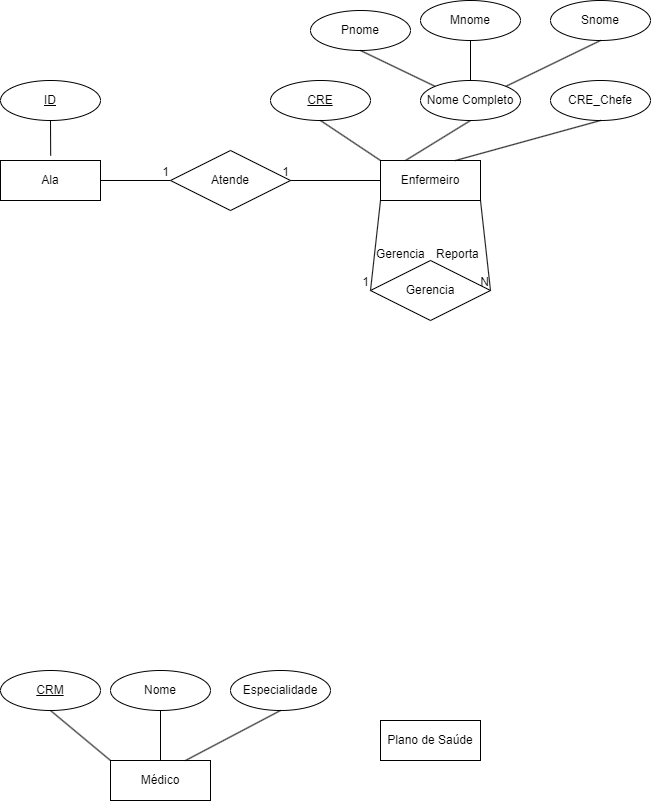
Earlier version of the draw.io export Exerc1.drawio.png (VitorFonseca123/ExerciciosACH2004_BD). Source tidied: cells renumbered, new cells last; positions are measured from the earlier drawing's top-left corner, leaving out a move shared by most shapes.
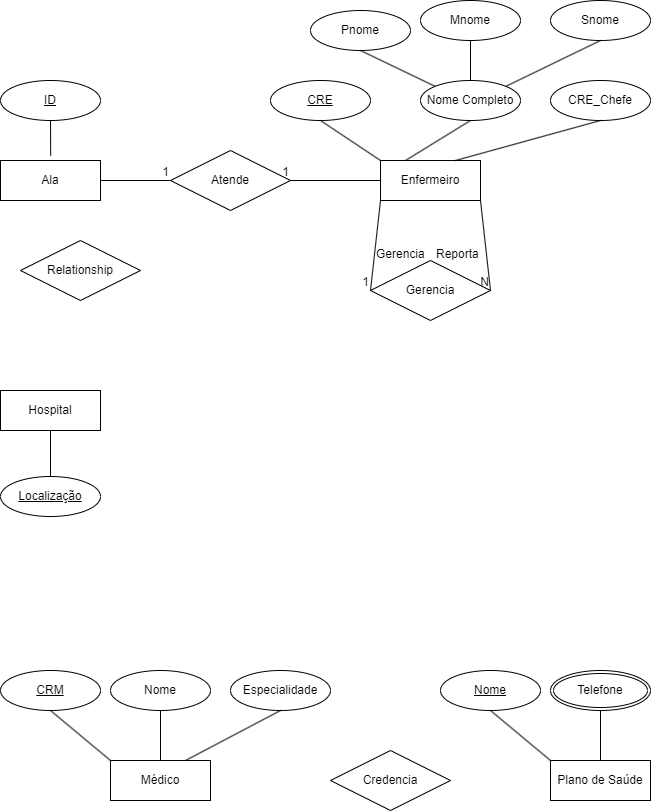
Above is the later version.

Commit message:
adiciona hospital e plano de saúde

The edit, as a diff of the source:
```diff
@@ -112,7 +112,34 @@
       <mxGeometry relative="1" as="geometry" />
     </mxCell>
     <mxCell id="37" value="Plano de Saúde" style="whiteSpace=wrap;html=1;align=center;" parent="1" vertex="1">
-      <mxGeometry x="380" y="720" width="100" height="40" as="geometry" />
+      <mxGeometry x="550" y="760" width="100" height="40" as="geometry" />
     </mxCell>
+    <mxCell id="38" value="Nome" style="ellipse;whiteSpace=wrap;html=1;align=center;fontStyle=4;" parent="1" vertex="1">
+      <mxGeometry x="440" y="670" width="100" height="40" as="geometry" />
+    </mxCell>
+    <mxCell id="39" style="endArrow=none;html=1;rounded=0;exitX=0.5;exitY=1;exitDx=0;exitDy=0;entryX=0;entryY=0;entryDx=0;entryDy=0;" parent="1" edge="1" source="38" target="37">
+      <mxGeometry relative="1" as="geometry" />
+    </mxCell>
+    <mxCell id="40" value="Telefone" style="ellipse;shape=doubleEllipse;margin=3;whiteSpace=wrap;html=1;align=center;" parent="1" vertex="1">
+      <mxGeometry x="550" y="670" width="100" height="40" as="geometry" />
+    </mxCell>
+    <mxCell id="41" style="endArrow=none;html=1;rounded=0;entryX=0.5;entryY=1;entryDx=0;entryDy=0;exitX=0.5;exitY=0;exitDx=0;exitDy=0;" parent="1" edge="1" source="37" target="40">
+      <mxGeometry relative="1" as="geometry" />
+    </mxCell>
+    <mxCell id="42" value="Credencia" style="shape=rhombus;perimeter=rhombusPerimeter;whiteSpace=wrap;html=1;align=center;" parent="1" vertex="1">
+      <mxGeometry x="330" y="750" width="120" height="60" as="geometry" />
+    </mxCell>
+    <mxCell id="43" value="Hospital" style="whiteSpace=wrap;html=1;align=center;" parent="1" vertex="1">
+      <mxGeometry y="390" width="100" height="40" as="geometry" />
+    </mxCell>
+    <mxCell id="44" value="Localização" style="ellipse;whiteSpace=wrap;html=1;align=center;fontStyle=4;" parent="1" vertex="1">
+      <mxGeometry y="476" width="100" height="40" as="geometry" />
+    </mxCell>
+    <mxCell id="45" style="endArrow=none;html=1;rounded=0;exitX=0.5;exitY=0;exitDx=0;exitDy=0;entryX=0.5;entryY=1;entryDx=0;entryDy=0;" parent="1" edge="1" source="44" target="43">
+      <mxGeometry relative="1" as="geometry" />
+    </mxCell>
+    <mxCell id="46" value="Relationship" style="shape=rhombus;perimeter=rhombusPerimeter;whiteSpace=wrap;html=1;align=center;" parent="1" vertex="1">
+      <mxGeometry x="20" y="240" width="120" height="60" as="geometry" />
+    </mxCell>
   </root>
 </mxGraphModel>
```
